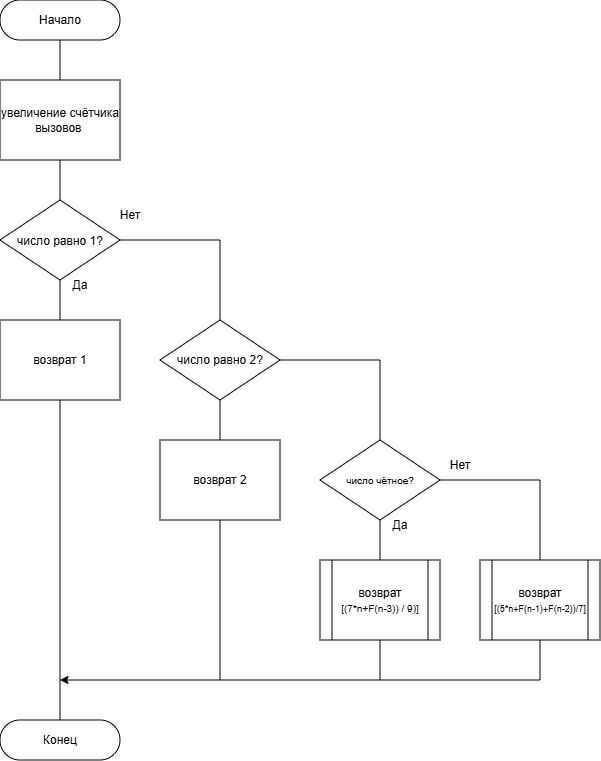
romb-rf/laba keeps this draw.io diagram as отчёт/Блок схемы/recursion2.drawio.png. Above is the earlier version. Source tidied: cells renumbered, new cells last; positions are measured from the earlier drawing's top-left corner, leaving out a move shared by most shapes.
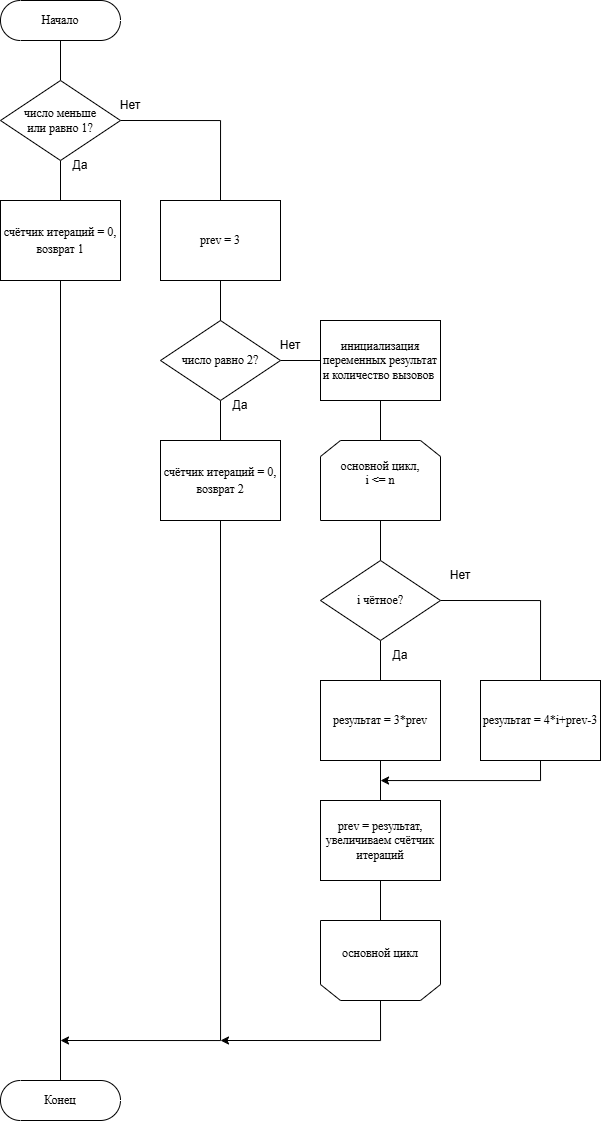
Later version of the same file.

The edit, as a diff of the source:
```diff
@@ -2,95 +2,129 @@
   <root>
     <mxCell id="0" />
     <mxCell id="1" parent="0" />
-    <mxCell id="2" style="edgeStyle=orthogonalEdgeStyle;rounded=0;jettySize=auto;html=1;exitX=0.5;exitY=0.5;exitDx=0;exitDy=20;exitPerimeter=0;entryX=0.5;entryY=0;entryDx=0;entryDy=0;endArrow=none;endFill=0;" parent="1" edge="1" source="3" target="5">
-      <mxGeometry relative="1" as="geometry" />
-    </mxCell>
+    <mxCell id="28" style="edgeStyle=orthogonalEdgeStyle;rounded=0;jettySize=auto;html=1;exitX=0.5;exitY=0.5;exitDx=0;exitDy=20;exitPerimeter=0;entryX=0.5;entryY=0;entryDx=0;entryDy=0;endArrow=none;endFill=0;" parent="1" edge="1" source="3" target="31">
+      <mxGeometry relative="1" as="geometry" />
+    </mxCell>
-    <mxCell id="3" value="Начало" style="html=1;dashed=0;whiteSpace=wrap;shape=mxgraph.dfd.start;" parent="1" vertex="1">
+    <mxCell id="3" value="Начало" style="html=1;dashed=0;whiteSpace=wrap;shape=mxgraph.dfd.start;fontFamily=Times New Roman;" parent="1" vertex="1">
       <mxGeometry width="120" height="40" as="geometry" />
     </mxCell>
-    <mxCell id="4" style="edgeStyle=orthogonalEdgeStyle;rounded=0;jettySize=auto;html=1;exitX=0.5;exitY=1;exitDx=0;exitDy=0;entryX=0.5;entryY=0;entryDx=0;entryDy=0;endArrow=none;endFill=0;" parent="1" edge="1" source="5" target="8">
-      <mxGeometry relative="1" as="geometry" />
-    </mxCell>
-    <mxCell id="5" value="увеличение счётчика вызовов&amp;nbsp;" style="rounded=0;whiteSpace=wrap;html=1;" parent="1" vertex="1">
-      <mxGeometry y="80" width="120" height="80" as="geometry" />
-    </mxCell>
-    <mxCell id="6" style="edgeStyle=orthogonalEdgeStyle;rounded=0;jettySize=auto;html=1;exitX=0.5;exitY=1;exitDx=0;exitDy=0;entryX=0.5;entryY=0;entryDx=0;entryDy=0;endArrow=none;endFill=0;" parent="1" edge="1" source="8" target="9">
-      <mxGeometry relative="1" as="geometry" />
-    </mxCell>
-    <mxCell id="7" style="edgeStyle=orthogonalEdgeStyle;rounded=0;jettySize=auto;html=1;exitX=1;exitY=0.5;exitDx=0;exitDy=0;entryX=0.5;entryY=0;entryDx=0;entryDy=0;endArrow=none;endFill=0;" parent="1" edge="1" source="8" target="25">
-      <mxGeometry relative="1" as="geometry" />
-    </mxCell>
-    <mxCell id="8" value="&lt;div style=&quot;line-height: 0%;&quot;&gt;&lt;p&gt;&lt;font&gt;&lt;font style=&quot;&quot;&gt;число&lt;/font&gt;&lt;span style=&quot;background-color: transparent; color: light-dark(rgb(0, 0, 0), rgb(255, 255, 255));&quot;&gt;&amp;nbsp;&lt;/span&gt;&lt;span style=&quot;background-color: transparent; color: light-dark(rgb(0, 0, 0), rgb(255, 255, 255));&quot;&gt;равно 1?&lt;/span&gt;&lt;/font&gt;&lt;/p&gt;&lt;/div&gt;" style="rhombus;whiteSpace=wrap;html=1;spacing=1;" parent="1" vertex="1">
-      <mxGeometry y="200" width="120" height="80" as="geometry" />
-    </mxCell>
-    <mxCell id="9" value="возврат 1" style="rounded=0;whiteSpace=wrap;html=1;" parent="1" vertex="1">
-      <mxGeometry y="320" width="120" height="80" as="geometry" />
-    </mxCell>
-    <mxCell id="10" style="edgeStyle=orthogonalEdgeStyle;rounded=0;jettySize=auto;html=1;exitX=0.5;exitY=1;exitDx=0;exitDy=0;entryX=0.5;entryY=0;entryDx=0;entryDy=0;endArrow=none;endFill=0;" parent="1" edge="1" source="12" target="14">
-      <mxGeometry relative="1" as="geometry" />
-    </mxCell>
-    <mxCell id="11" style="edgeStyle=orthogonalEdgeStyle;rounded=0;jettySize=auto;html=1;exitX=1;exitY=0.5;exitDx=0;exitDy=0;entryX=0.5;entryY=0;entryDx=0;entryDy=0;endArrow=none;endFill=0;" parent="1" edge="1" source="12" target="16">
-      <mxGeometry relative="1" as="geometry" />
-    </mxCell>
-    <mxCell id="12" value="&lt;p&gt;&lt;font style=&quot;line-height: 10%; font-size: 10px;&quot;&gt;число&lt;/font&gt;&lt;font style=&quot;background-color: transparent; color: light-dark(rgb(0, 0, 0), rgb(255, 255, 255)); line-height: 10%; font-size: 10px;&quot;&gt;&amp;nbsp;чётное&lt;/font&gt;&lt;span style=&quot;background-color: transparent; color: light-dark(rgb(0, 0, 0), rgb(255, 255, 255)); font-size: 10px;&quot;&gt;?&lt;/span&gt;&lt;/p&gt;" style="rhombus;whiteSpace=wrap;html=1;spacing=1;" parent="1" vertex="1">
-      <mxGeometry x="320" y="440" width="120" height="80" as="geometry" />
-    </mxCell>
-    <mxCell id="13" style="edgeStyle=orthogonalEdgeStyle;rounded=0;jettySize=auto;html=1;exitX=0.5;exitY=1;exitDx=0;exitDy=0;" parent="1" edge="1" source="14">
-      <mxGeometry relative="1" as="geometry">
-        <mxPoint x="60" y="680" as="targetPoint" />
-        <Array as="points">
-          <mxPoint x="380" y="680" />
-        </Array>
-      </mxGeometry>
-    </mxCell>
-    <mxCell id="14" value="возврат&lt;div&gt;&lt;font style=&quot;font-size: 10px;&quot;&gt;[(7*n+F(n-3)) / 9)]&lt;/font&gt;&lt;/div&gt;" style="shape=process;whiteSpace=wrap;html=1;backgroundOutline=1;" parent="1" vertex="1">
-      <mxGeometry x="320" y="560" width="120" height="80" as="geometry" />
-    </mxCell>
-    <mxCell id="15" style="edgeStyle=orthogonalEdgeStyle;rounded=0;jettySize=auto;html=1;exitX=0.5;exitY=1;exitDx=0;exitDy=0;endArrow=none;endFill=0;" parent="1" edge="1" source="16">
-      <mxGeometry relative="1" as="geometry">
-        <mxPoint x="380" y="680" as="targetPoint" />
-        <Array as="points">
-          <mxPoint x="540" y="680" />
-        </Array>
-      </mxGeometry>
-    </mxCell>
-    <mxCell id="16" value="возврат&lt;div&gt;&lt;font style=&quot;font-size: 9px;&quot;&gt;[(5*n+F(n-1)+F(n-2))/7]&lt;/font&gt;&lt;/div&gt;" style="shape=process;whiteSpace=wrap;html=1;backgroundOutline=1;" parent="1" vertex="1">
-      <mxGeometry x="480" y="560" width="120" height="80" as="geometry" />
-    </mxCell>
-    <mxCell id="17" value="Да" style="text;html=1;whiteSpace=wrap;strokeColor=none;fillColor=none;align=center;verticalAlign=middle;rounded=0;" parent="1" vertex="1">
-      <mxGeometry x="50" y="270" width="60" height="30" as="geometry" />
-    </mxCell>
-    <mxCell id="18" value="Да" style="text;html=1;whiteSpace=wrap;strokeColor=none;fillColor=none;align=center;verticalAlign=middle;rounded=0;" parent="1" vertex="1">
-      <mxGeometry x="370" y="510" width="60" height="30" as="geometry" />
-    </mxCell>
-    <mxCell id="19" value="Нет" style="text;html=1;whiteSpace=wrap;strokeColor=none;fillColor=none;align=center;verticalAlign=middle;rounded=0;" parent="1" vertex="1">
-      <mxGeometry x="100" y="200" width="60" height="30" as="geometry" />
-    </mxCell>
-    <mxCell id="20" value="Нет" style="text;html=1;whiteSpace=wrap;strokeColor=none;fillColor=none;align=center;verticalAlign=middle;rounded=0;" parent="1" vertex="1">
-      <mxGeometry x="430" y="450" width="60" height="30" as="geometry" />
-    </mxCell>
+    <mxCell id="29" style="edgeStyle=orthogonalEdgeStyle;rounded=0;jettySize=auto;html=1;exitX=0.5;exitY=1;exitDx=0;exitDy=0;entryX=0.5;entryY=0;entryDx=0;entryDy=0;endArrow=none;endFill=0;" parent="1" edge="1" source="31" target="32">
+      <mxGeometry relative="1" as="geometry" />
+    </mxCell>
+    <mxCell id="30" style="edgeStyle=orthogonalEdgeStyle;rounded=0;jettySize=auto;html=1;exitX=1;exitY=0.5;exitDx=0;exitDy=0;entryX=0.5;entryY=0;entryDx=0;entryDy=0;endArrow=none;endFill=0;" parent="1" edge="1" source="31" target="36">
+      <mxGeometry relative="1" as="geometry" />
+    </mxCell>
+    <mxCell id="31" value="&lt;font&gt;число меньше&lt;/font&gt;&lt;div&gt;&lt;font&gt;или равно 1?&lt;/font&gt;&lt;/div&gt;" style="rhombus;whiteSpace=wrap;html=1;fontFamily=Times New Roman;" parent="1" vertex="1">
+      <mxGeometry y="80" width="120" height="80" as="geometry" />
+    </mxCell>
+    <mxCell id="32" value="&lt;div style=&quot;line-height: 140%;&quot;&gt;&lt;font&gt;счётчик итераций = 0, возврат 1&lt;/font&gt;&lt;/div&gt;" style="rounded=0;whiteSpace=wrap;html=1;fontFamily=Times New Roman;" parent="1" vertex="1">
+      <mxGeometry y="200" width="120" height="80" as="geometry" />
+    </mxCell>
+    <mxCell id="33" style="edgeStyle=orthogonalEdgeStyle;rounded=0;jettySize=auto;html=1;exitX=0.5;exitY=1;exitDx=0;exitDy=0;entryX=0.5;entryY=0;entryDx=0;entryDy=0;endArrow=none;endFill=0;" parent="1" edge="1" source="25" target="38">
+      <mxGeometry relative="1" as="geometry" />
+    </mxCell>
+    <mxCell id="34" style="edgeStyle=orthogonalEdgeStyle;rounded=0;jettySize=auto;html=1;exitX=1;exitY=0.5;exitDx=0;exitDy=0;entryX=0;entryY=0.5;entryDx=0;entryDy=0;endArrow=none;endFill=0;" parent="1" edge="1" source="25" target="40">
+      <mxGeometry relative="1" as="geometry" />
+    </mxCell>
+    <mxCell id="25" value="число равно 2?" style="rhombus;whiteSpace=wrap;html=1;fontFamily=Times New Roman;" parent="1" vertex="1">
+      <mxGeometry x="160" y="320" width="120" height="80" as="geometry" />
+    </mxCell>
+    <mxCell id="35" style="edgeStyle=orthogonalEdgeStyle;rounded=0;jettySize=auto;html=1;exitX=0.5;exitY=1;exitDx=0;exitDy=0;entryX=0.5;entryY=0;entryDx=0;entryDy=0;endArrow=none;endFill=0;" parent="1" edge="1" source="36" target="25">
+      <mxGeometry relative="1" as="geometry" />
+    </mxCell>
+    <mxCell id="36" value="prev = 3" style="rounded=0;whiteSpace=wrap;html=1;fontFamily=Times New Roman;" parent="1" vertex="1">
+      <mxGeometry x="160" y="200" width="120" height="80" as="geometry" />
+    </mxCell>
+    <mxCell id="37" style="edgeStyle=orthogonalEdgeStyle;rounded=0;jettySize=auto;html=1;exitX=0.5;exitY=1;exitDx=0;exitDy=0;endArrow=classic;endFill=1;" parent="1" edge="1" source="38">
+      <mxGeometry relative="1" as="geometry">
+        <mxPoint x="60" y="1040" as="targetPoint" />
+        <Array as="points">
+          <mxPoint x="220" y="1040" />
+        </Array>
+      </mxGeometry>
+    </mxCell>
+    <mxCell id="38" value="&lt;div style=&quot;line-height: 140%;&quot;&gt;&lt;font&gt;счётчик итераций = 0, возврат 2&lt;/font&gt;&lt;/div&gt;" style="rounded=0;whiteSpace=wrap;html=1;fontFamily=Times New Roman;" parent="1" vertex="1">
+      <mxGeometry x="160" y="440" width="120" height="80" as="geometry" />
+    </mxCell>
+    <mxCell id="39" style="edgeStyle=orthogonalEdgeStyle;rounded=0;jettySize=auto;html=1;exitX=0.5;exitY=1;exitDx=0;exitDy=0;entryX=0.5;entryY=0;entryDx=0;entryDy=0;endArrow=none;endFill=0;" parent="1" edge="1" source="40" target="42">
+      <mxGeometry relative="1" as="geometry" />
+    </mxCell>
+    <mxCell id="40" value="инициализация переменных результат и количество вызовов&amp;nbsp;" style="rounded=0;whiteSpace=wrap;html=1;fontFamily=Times New Roman;" parent="1" vertex="1">
+      <mxGeometry x="320" y="320" width="120" height="80" as="geometry" />
+    </mxCell>
+    <mxCell id="41" style="edgeStyle=orthogonalEdgeStyle;rounded=0;jettySize=auto;html=1;exitX=0.5;exitY=1;exitDx=0;exitDy=0;entryX=0.5;entryY=0;entryDx=0;entryDy=0;endArrow=none;endFill=0;" parent="1" edge="1" source="42" target="45">
+      <mxGeometry relative="1" as="geometry" />
+    </mxCell>
+    <mxCell id="42" value="основной цикл,&lt;div&gt;i &amp;lt;= n&lt;br&gt;&lt;div&gt;&lt;br&gt;&lt;/div&gt;&lt;/div&gt;" style="shape=loopLimit;whiteSpace=wrap;html=1;fontFamily=Times New Roman;" parent="1" vertex="1">
+      <mxGeometry x="320" y="440" width="120" height="80" as="geometry" />
+    </mxCell>
+    <mxCell id="43" style="edgeStyle=orthogonalEdgeStyle;rounded=0;jettySize=auto;html=1;exitX=0.5;exitY=1;exitDx=0;exitDy=0;entryX=0.5;entryY=0;entryDx=0;entryDy=0;endArrow=none;endFill=0;" parent="1" edge="1" source="45" target="47">
+      <mxGeometry relative="1" as="geometry" />
+    </mxCell>
+    <mxCell id="44" style="edgeStyle=orthogonalEdgeStyle;rounded=0;jettySize=auto;html=1;exitX=1;exitY=0.5;exitDx=0;exitDy=0;entryX=0.5;entryY=0;entryDx=0;entryDy=0;endArrow=none;endFill=0;" parent="1" edge="1" source="45" target="49">
+      <mxGeometry relative="1" as="geometry" />
+    </mxCell>
+    <mxCell id="45" value="i чётное?" style="rhombus;whiteSpace=wrap;html=1;fontFamily=Times New Roman;" parent="1" vertex="1">
+      <mxGeometry x="320" y="560" width="120" height="80" as="geometry" />
+    </mxCell>
+    <mxCell id="46" style="edgeStyle=orthogonalEdgeStyle;rounded=0;jettySize=auto;html=1;exitX=0.5;exitY=1;exitDx=0;exitDy=0;entryX=0.5;entryY=0;entryDx=0;entryDy=0;endArrow=none;endFill=0;" parent="1" edge="1" source="47" target="51">
+      <mxGeometry relative="1" as="geometry" />
+    </mxCell>
+    <mxCell id="47" value="результат = 3*prev" style="rounded=0;whiteSpace=wrap;html=1;fontFamily=Times New Roman;" parent="1" vertex="1">
+      <mxGeometry x="320" y="680" width="120" height="80" as="geometry" />
+    </mxCell>
+    <mxCell id="48" style="edgeStyle=orthogonalEdgeStyle;rounded=0;jettySize=auto;html=1;exitX=0.5;exitY=1;exitDx=0;exitDy=0;" parent="1" edge="1" source="49">
+      <mxGeometry relative="1" as="geometry">
+        <mxPoint x="380" y="780" as="targetPoint" />
+        <Array as="points">
+          <mxPoint x="540" y="780" />
+          <mxPoint x="380" y="780" />
+        </Array>
+      </mxGeometry>
+    </mxCell>
+    <mxCell id="49" value="&lt;font&gt;результат = 4*i+prev-3&lt;/font&gt;" style="rounded=0;whiteSpace=wrap;html=1;fontFamily=Times New Roman;" parent="1" vertex="1">
+      <mxGeometry x="480" y="680" width="120" height="80" as="geometry" />
+    </mxCell>
+    <mxCell id="50" style="edgeStyle=orthogonalEdgeStyle;rounded=0;jettySize=auto;html=1;exitX=0.5;exitY=1;exitDx=0;exitDy=0;entryX=0.5;entryY=1;entryDx=0;entryDy=0;endArrow=none;endFill=0;" parent="1" edge="1" source="51" target="53">
+      <mxGeometry relative="1" as="geometry" />
+    </mxCell>
+    <mxCell id="51" value="prev = результат,&lt;div&gt;увеличиваем счётчик итераций&lt;/div&gt;" style="rounded=0;whiteSpace=wrap;html=1;fontFamily=Times New Roman;" parent="1" vertex="1">
+      <mxGeometry x="320" y="800" width="120" height="80" as="geometry" />
+    </mxCell>
+    <mxCell id="52" style="edgeStyle=orthogonalEdgeStyle;rounded=0;jettySize=auto;html=1;exitX=0.5;exitY=0;exitDx=0;exitDy=0;" parent="1" edge="1" source="53">
+      <mxGeometry relative="1" as="geometry">
+        <mxPoint x="220" y="1040" as="targetPoint" />
+        <Array as="points">
+          <mxPoint x="380" y="1040" />
+        </Array>
+      </mxGeometry>
+    </mxCell>
+    <mxCell id="53" value="основной цикл&lt;div&gt;&lt;div&gt;&lt;br&gt;&lt;/div&gt;&lt;/div&gt;" style="shape=loopLimit;whiteSpace=wrap;html=1;fontFamily=Times New Roman;direction=west;" parent="1" vertex="1">
+      <mxGeometry x="320" y="920" width="120" height="80" as="geometry" />
+    </mxCell>
-    <mxCell id="21" value="Конец" style="html=1;dashed=0;whiteSpace=wrap;shape=mxgraph.dfd.start;" parent="1" vertex="1">
-      <mxGeometry y="720" width="120" height="40" as="geometry" />
+    <mxCell id="21" value="Конец" style="html=1;dashed=0;whiteSpace=wrap;shape=mxgraph.dfd.start;fontFamily=Times New Roman;" parent="1" vertex="1">
+      <mxGeometry y="1080" width="120" height="40" as="geometry" />
     </mxCell>
-    <mxCell id="22" style="edgeStyle=orthogonalEdgeStyle;rounded=0;jettySize=auto;html=1;exitX=0.5;exitY=1;exitDx=0;exitDy=0;entryX=0.5;entryY=0.5;entryDx=0;entryDy=-20;entryPerimeter=0;endArrow=none;endFill=0;" parent="1" edge="1" source="9" target="21">
-      <mxGeometry relative="1" as="geometry" />
-    </mxCell>
-    <mxCell id="23" style="edgeStyle=orthogonalEdgeStyle;rounded=0;jettySize=auto;html=1;exitX=0.5;exitY=1;exitDx=0;exitDy=0;endArrow=none;endFill=0;" parent="1" edge="1" source="25" target="27">
-      <mxGeometry relative="1" as="geometry" />
-    </mxCell>
-    <mxCell id="24" style="edgeStyle=orthogonalEdgeStyle;rounded=0;jettySize=auto;html=1;exitX=1;exitY=0.5;exitDx=0;exitDy=0;entryX=0.5;entryY=0;entryDx=0;entryDy=0;endArrow=none;endFill=0;" parent="1" edge="1" source="25" target="12">
-      <mxGeometry relative="1" as="geometry" />
-    </mxCell>
-    <mxCell id="25" value="число равно 2?" style="rhombus;whiteSpace=wrap;html=1;" parent="1" vertex="1">
-      <mxGeometry x="160" y="320" width="120" height="80" as="geometry" />
-    </mxCell>
-    <mxCell id="26" style="edgeStyle=orthogonalEdgeStyle;rounded=0;jettySize=auto;html=1;exitX=0.5;exitY=1;exitDx=0;exitDy=0;endArrow=none;endFill=0;" parent="1" edge="1" source="27">
-      <mxGeometry relative="1" as="geometry">
-        <mxPoint x="220" y="680" as="targetPoint" />
-      </mxGeometry>
-    </mxCell>
-    <mxCell id="27" value="возврат 2" style="rounded=0;whiteSpace=wrap;html=1;" parent="1" vertex="1">
-      <mxGeometry x="160" y="440" width="120" height="80" as="geometry" />
-    </mxCell>
+    <mxCell id="54" style="edgeStyle=orthogonalEdgeStyle;rounded=0;jettySize=auto;html=1;exitX=0.5;exitY=1;exitDx=0;exitDy=0;entryX=0.5;entryY=0.5;entryDx=0;entryDy=-20;entryPerimeter=0;endArrow=none;endFill=0;" parent="1" edge="1" source="32" target="21">
+      <mxGeometry relative="1" as="geometry" />
+    </mxCell>
+    <mxCell id="55" value="Да" style="text;html=1;whiteSpace=wrap;strokeColor=none;fillColor=none;align=center;verticalAlign=middle;rounded=0;" parent="1" vertex="1">
+      <mxGeometry x="50" y="150" width="60" height="30" as="geometry" />
+    </mxCell>
+    <mxCell id="56" value="Да" style="text;html=1;whiteSpace=wrap;strokeColor=none;fillColor=none;align=center;verticalAlign=middle;rounded=0;" parent="1" vertex="1">
+      <mxGeometry x="210" y="390" width="60" height="30" as="geometry" />
+    </mxCell>
+    <mxCell id="57" value="Да" style="text;html=1;whiteSpace=wrap;strokeColor=none;fillColor=none;align=center;verticalAlign=middle;rounded=0;" parent="1" vertex="1">
+      <mxGeometry x="370" y="640" width="60" height="30" as="geometry" />
+    </mxCell>
+    <mxCell id="58" value="Нет" style="text;html=1;whiteSpace=wrap;strokeColor=none;fillColor=none;align=center;verticalAlign=middle;rounded=0;" parent="1" vertex="1">
+      <mxGeometry x="430" y="560" width="60" height="30" as="geometry" />
+    </mxCell>
+    <mxCell id="59" value="Нет" style="text;html=1;whiteSpace=wrap;strokeColor=none;fillColor=none;align=center;verticalAlign=middle;rounded=0;" parent="1" vertex="1">
+      <mxGeometry x="100" y="90" width="60" height="30" as="geometry" />
+    </mxCell>
+    <mxCell id="60" value="Нет" style="text;html=1;whiteSpace=wrap;strokeColor=none;fillColor=none;align=center;verticalAlign=middle;rounded=0;" parent="1" vertex="1">
+      <mxGeometry x="260" y="330" width="60" height="30" as="geometry" />
+    </mxCell>
   </root>
 </mxGraphModel>
```
